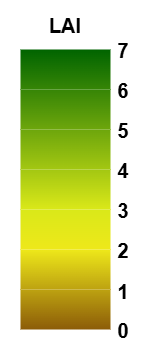
Earlier version of the draw.io export legends/clms_global_lai-lai_300m_v2_10daily.png (copernicus-land/colourmaps-legends). Source tidied: cells renumbered, new cells last; positions are measured from the earlier drawing's top-left corner, leaving out a move shared by most shapes.
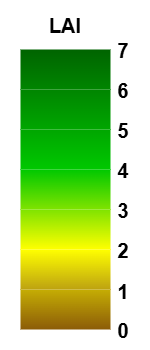
The same diagram one commit later.

Commit message:
Update incorrect color maps for LAI global 300m v2

The edit, as a diff of the source:
```diff
@@ -2,58 +2,58 @@
   <root>
     <mxCell id="0" />
     <mxCell id="1" parent="0" />
-    <mxCell id="2" style="group;" parent="1" vertex="1">
-      <mxGeometry width="150" height="350" as="geometry" />
-    </mxCell>
+    <mxCell id="20" style="group;" parent="1" vertex="1">
+      <mxGeometry x="280" y="90" width="150" height="350" as="geometry" />
+    </mxCell>
-    <mxCell id="3" value="&lt;b&gt;&amp;nbsp;1&lt;/b&gt;" style="text;html=1;align=left;verticalAlign=middle;whiteSpace=wrap;rounded=0;fontSize=20;" parent="2" vertex="1">
+    <mxCell id="3" value="&lt;b&gt;&amp;nbsp;1&lt;/b&gt;" style="text;html=1;align=left;verticalAlign=middle;whiteSpace=wrap;rounded=0;fontSize=20;" parent="20" vertex="1">
       <mxGeometry x="110" y="280" width="20" height="21" as="geometry" />
     </mxCell>
-    <mxCell id="4" value="&lt;b&gt;&amp;nbsp;3&lt;/b&gt;" style="text;html=1;align=left;verticalAlign=middle;whiteSpace=wrap;rounded=0;fontSize=20;" parent="2" vertex="1">
+    <mxCell id="4" value="&lt;b&gt;&amp;nbsp;3&lt;/b&gt;" style="text;html=1;align=left;verticalAlign=middle;whiteSpace=wrap;rounded=0;fontSize=20;" parent="20" vertex="1">
       <mxGeometry x="110" y="200" width="40" height="20" as="geometry" />
     </mxCell>
-    <mxCell id="5" value="LAI" style="text;html=1;align=center;verticalAlign=bottom;whiteSpace=wrap;rounded=0;fontStyle=1;fontSize=20;" parent="2" vertex="1">
+    <mxCell id="5" value="LAI" style="text;html=1;align=center;verticalAlign=bottom;whiteSpace=wrap;rounded=0;fontStyle=1;fontSize=20;" parent="20" vertex="1">
       <mxGeometry x="10" width="110" height="40" as="geometry" />
     </mxCell>
-    <mxCell id="6" style="rounded=0;whiteSpace=wrap;html=1;strokeColor=none;fillColor=none;" parent="2" vertex="1">
+    <mxCell id="6" style="rounded=0;whiteSpace=wrap;html=1;strokeColor=none;fillColor=none;" parent="20" vertex="1">
       <mxGeometry y="35" width="10" height="315" as="geometry" />
     </mxCell>
-    <mxCell id="7" style="rounded=0;whiteSpace=wrap;html=1;gradientColor=light-dark(#8C5C08,#8C5C08);gradientDirection=south;strokeColor=none;rotation=0;fillColor=light-dark(#BDA211,#BDA211);" parent="2" vertex="1">
-      <mxGeometry x="20" y="289" width="90" height="40" as="geometry" />
-    </mxCell>
+    <mxCell id="21" style="rounded=0;whiteSpace=wrap;html=1;gradientColor=light-dark(#8C5C08,#8C5C08);gradientDirection=south;strokeColor=none;rotation=0;fillColor=light-dark(#C5AD04,#C5AD04);" parent="20" vertex="1">
+      <mxGeometry x="20" y="289" width="90" height="40" as="geometry" />
+    </mxCell>
-    <mxCell id="8" value="&lt;b&gt;&amp;nbsp;7&lt;/b&gt;" style="text;html=1;align=left;verticalAlign=middle;whiteSpace=wrap;rounded=0;fontSize=20;" parent="2" vertex="1">
+    <mxCell id="8" value="&lt;b&gt;&amp;nbsp;7&lt;/b&gt;" style="text;html=1;align=left;verticalAlign=middle;whiteSpace=wrap;rounded=0;fontSize=20;" parent="20" vertex="1">
       <mxGeometry x="110" y="40" width="40" height="20" as="geometry" />
     </mxCell>
-    <mxCell id="9" value="&lt;b&gt;&amp;nbsp;5&lt;/b&gt;" style="text;html=1;align=left;verticalAlign=middle;whiteSpace=wrap;rounded=0;fontSize=20;" parent="2" vertex="1">
+    <mxCell id="9" value="&lt;b&gt;&amp;nbsp;5&lt;/b&gt;" style="text;html=1;align=left;verticalAlign=middle;whiteSpace=wrap;rounded=0;fontSize=20;" parent="20" vertex="1">
       <mxGeometry x="110" y="120" width="40" height="20" as="geometry" />
     </mxCell>
-    <mxCell id="10" style="rounded=0;whiteSpace=wrap;html=1;gradientColor=light-dark(#BDA211,#BDA211);gradientDirection=south;strokeColor=none;rotation=0;fillColor=light-dark(#EEE81A,#EEE81A);" parent="2" vertex="1">
-      <mxGeometry x="20" y="249" width="90" height="40" as="geometry" />
-    </mxCell>
-    <mxCell id="11" style="rounded=0;whiteSpace=wrap;html=1;gradientColor=light-dark(#EEE81A,#EEE81A);gradientDirection=south;strokeColor=none;rotation=0;fillColor=light-dark(#DAE819,#DAE819);" parent="2" vertex="1">
-      <mxGeometry x="20" y="209" width="90" height="40" as="geometry" />
-    </mxCell>
-    <mxCell id="12" style="rounded=0;whiteSpace=wrap;html=1;gradientColor=light-dark(#DAE819,#DAE819);gradientDirection=south;strokeColor=none;rotation=0;fillColor=light-dark(#A3C712,#A3C712);" parent="2" vertex="1">
-      <mxGeometry x="20" y="169" width="90" height="40" as="geometry" />
-    </mxCell>
-    <mxCell id="13" style="rounded=0;whiteSpace=wrap;html=1;gradientColor=light-dark(#A3C712,#A3C712);gradientDirection=south;strokeColor=none;rotation=0;fillColor=light-dark(#6DA60C,#6DA60C);" parent="2" vertex="1">
-      <mxGeometry x="20" y="129" width="90" height="40" as="geometry" />
-    </mxCell>
-    <mxCell id="14" style="rounded=0;whiteSpace=wrap;html=1;gradientColor=light-dark(#6DA60C,#6DA60C);gradientDirection=south;strokeColor=none;rotation=0;fillColor=light-dark(#368506,#368506);" parent="2" vertex="1">
-      <mxGeometry x="20" y="89" width="90" height="40" as="geometry" />
-    </mxCell>
-    <mxCell id="15" style="rounded=0;whiteSpace=wrap;html=1;gradientColor=light-dark(#368506,#368506);gradientDirection=south;strokeColor=none;rotation=0;fillColor=light-dark(#006400,#006400);" parent="2" vertex="1">
-      <mxGeometry x="20" y="49" width="90" height="40" as="geometry" />
-    </mxCell>
+    <mxCell id="22" style="rounded=0;whiteSpace=wrap;html=1;gradientColor=light-dark(#BDA211,#C5AD04);gradientDirection=south;strokeColor=none;rotation=0;fillColor=light-dark(#FFFF00,#FFFF00);" parent="20" vertex="1">
+      <mxGeometry x="20" y="249" width="90" height="40" as="geometry" />
+    </mxCell>
+    <mxCell id="23" style="rounded=0;whiteSpace=wrap;html=1;gradientColor=light-dark(#FFFF00,#FFFF00);gradientDirection=south;strokeColor=none;rotation=0;fillColor=light-dark(#7FE300,#7FE300);" parent="20" vertex="1">
+      <mxGeometry x="20" y="209" width="90" height="40" as="geometry" />
+    </mxCell>
+    <mxCell id="24" style="rounded=0;whiteSpace=wrap;html=1;gradientColor=light-dark(#7FE300,#7FE300);gradientDirection=south;strokeColor=none;rotation=0;fillColor=light-dark(#00C800,#00C800);" parent="20" vertex="1">
+      <mxGeometry x="20" y="169" width="90" height="40" as="geometry" />
+    </mxCell>
+    <mxCell id="25" style="rounded=0;whiteSpace=wrap;html=1;gradientColor=light-dark(#00C800,#00C800);gradientDirection=south;strokeColor=none;rotation=0;fillColor=light-dark(#00A600,#00A600);" parent="20" vertex="1">
+      <mxGeometry x="20" y="129" width="90" height="40" as="geometry" />
+    </mxCell>
+    <mxCell id="26" style="rounded=0;whiteSpace=wrap;html=1;gradientColor=light-dark(#00A600,#00A600);gradientDirection=south;strokeColor=none;rotation=0;fillColor=light-dark(#008500,#008500);" parent="20" vertex="1">
+      <mxGeometry x="20" y="89" width="90" height="40" as="geometry" />
+    </mxCell>
+    <mxCell id="27" style="rounded=0;whiteSpace=wrap;html=1;gradientColor=light-dark(#008500,#008500);gradientDirection=south;strokeColor=none;rotation=0;fillColor=light-dark(#006400,#006400);" parent="20" vertex="1">
+      <mxGeometry x="20" y="49" width="90" height="40" as="geometry" />
+    </mxCell>
-    <mxCell id="16" value="&lt;b&gt;&amp;nbsp;6&lt;/b&gt;" style="text;html=1;align=left;verticalAlign=middle;whiteSpace=wrap;rounded=0;fontSize=20;" parent="2" vertex="1">
+    <mxCell id="16" value="&lt;b&gt;&amp;nbsp;6&lt;/b&gt;" style="text;html=1;align=left;verticalAlign=middle;whiteSpace=wrap;rounded=0;fontSize=20;" parent="20" vertex="1">
       <mxGeometry x="110" y="80" width="40" height="20" as="geometry" />
     </mxCell>
-    <mxCell id="17" value="&lt;b&gt;&amp;nbsp;4&lt;/b&gt;" style="text;html=1;align=left;verticalAlign=middle;whiteSpace=wrap;rounded=0;fontSize=20;" parent="2" vertex="1">
+    <mxCell id="17" value="&lt;b&gt;&amp;nbsp;4&lt;/b&gt;" style="text;html=1;align=left;verticalAlign=middle;whiteSpace=wrap;rounded=0;fontSize=20;" parent="20" vertex="1">
       <mxGeometry x="110" y="160" width="40" height="20" as="geometry" />
     </mxCell>
-    <mxCell id="18" value="&lt;b&gt;&amp;nbsp;2&lt;/b&gt;" style="text;html=1;align=left;verticalAlign=middle;whiteSpace=wrap;rounded=0;fontSize=20;" parent="2" vertex="1">
+    <mxCell id="18" value="&lt;b&gt;&amp;nbsp;2&lt;/b&gt;" style="text;html=1;align=left;verticalAlign=middle;whiteSpace=wrap;rounded=0;fontSize=20;" parent="20" vertex="1">
       <mxGeometry x="110" y="240" width="40" height="20" as="geometry" />
     </mxCell>
-    <mxCell id="19" value="&lt;b&gt;&amp;nbsp;0&lt;/b&gt;" style="text;html=1;align=left;verticalAlign=middle;whiteSpace=wrap;rounded=0;fontSize=20;" parent="2" vertex="1">
+    <mxCell id="19" value="&lt;b&gt;&amp;nbsp;0&lt;/b&gt;" style="text;html=1;align=left;verticalAlign=middle;whiteSpace=wrap;rounded=0;fontSize=20;" parent="20" vertex="1">
       <mxGeometry x="110" y="320" width="40" height="20" as="geometry" />
     </mxCell>
   </root>
```
